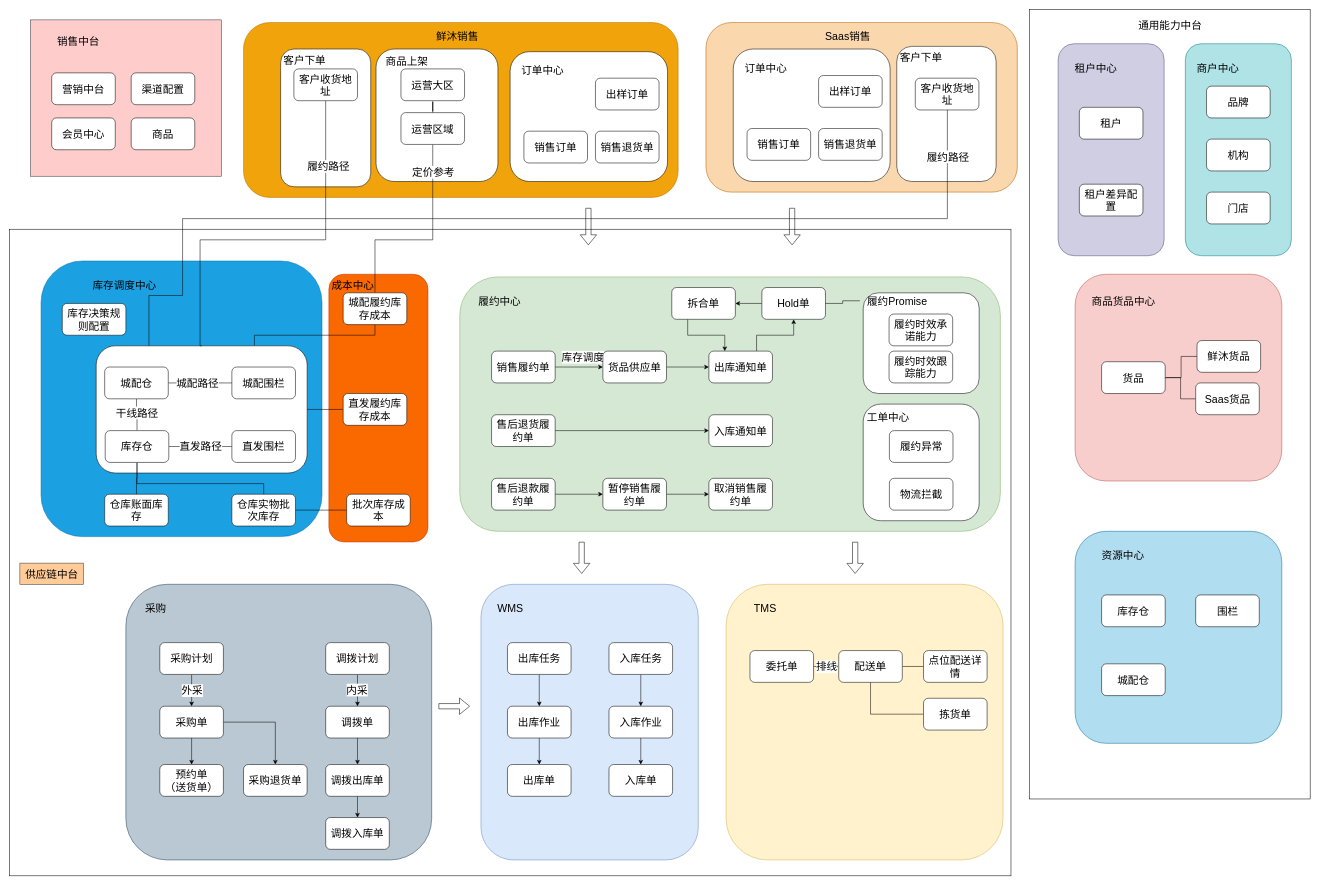
Earlier version of the draw.io diagram draw.io/全渠道供应技术方案.drawio (zzqfsy/zzqfsy.github.io). Source tidied: cells renumbered, new cells numbered last; positions are measured from the earlier drawing's top-left corner, leaving out a move shared by most shapes. Both pictures are drawn from the tidied source at 53%, with x=0, y=0 at pixel (9, 9).
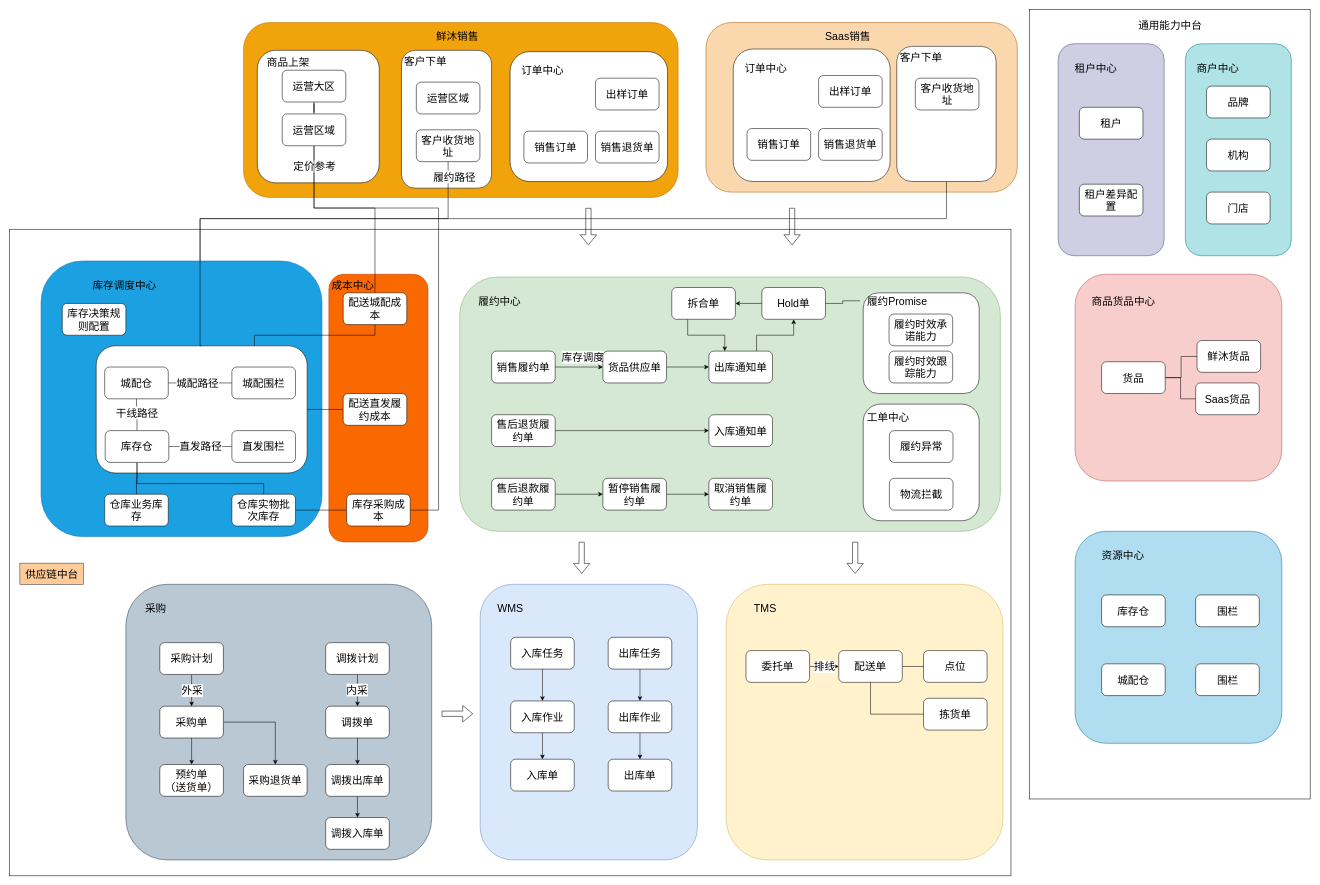
The same page after the edit.

Commit message:
更新全渠道供应技术方案.drawio

Unchanged cells that the change refers to:
```xml
<mxCell id="10" style="rounded=1;whiteSpace=wrap;html=1;fontSize=20;" parent="1" vertex="1">
  <mxGeometry x="1674.5" y="70" width="187.5" height="255" as="geometry" />
</mxCell>
<mxCell id="19" style="rounded=1;whiteSpace=wrap;html=1;fontSize=20;" parent="1" vertex="1">
  <mxGeometry x="164" y="635" width="398" height="240" as="geometry" />
</mxCell>
<mxCell id="109" value="客户收货地址" style="rounded=1;whiteSpace=wrap;html=1;fontSize=20;" parent="1" vertex="1">
  <mxGeometry x="1709.5" y="130" width="120" height="60" as="geometry" />
</mxCell>
```

The edit, as a diff of the source:
```diff
@@
-    <mxCell id="2" style="whiteSpace=wrap;html=1;fontSize=20;fillColor=#ffcccc;strokeColor=#36393d;" parent="1" vertex="1">
-      <mxGeometry x="40" y="20" width="360" height="295" as="geometry" />
-    </mxCell>
@@
+    <mxCell id="162" style="edgeStyle=orthogonalEdgeStyle;rounded=0;jettySize=auto;html=1;exitX=0.5;exitY=1;exitDx=0;exitDy=0;" parent="1" edge="1" source="10">
+      <mxGeometry relative="1" as="geometry">
+        <mxPoint x="360" y="625" as="targetPoint" />
+        <Array as="points">
+          <mxPoint x="1768" y="395" />
+          <mxPoint x="360" y="395" />
+        </Array>
+      </mxGeometry>
+    </mxCell>
@@
-    <mxCell id="12" style="rounded=1;whiteSpace=wrap;html=1;fontSize=20;" parent="1" vertex="1">
-      <mxGeometry x="512" y="75" width="170" height="260" as="geometry" />
-    </mxCell>
@@
     <mxCell id="14" style="rounded=1;whiteSpace=wrap;html=1;fontSize=20;" parent="1" vertex="1">
-      <mxGeometry x="692" y="75" width="230" height="250" as="geometry" />
+      <mxGeometry x="468" y="77.5" width="230" height="250" as="geometry" />
     </mxCell>
@@
     <mxCell id="22" style="rounded=1;whiteSpace=wrap;html=1;fillColor=#dae8fc;strokeColor=#6c8ebf;fontSize=20;" parent="1" vertex="1">
-      <mxGeometry x="890" y="1085" width="410" height="520" as="geometry" />
+      <mxGeometry x="888.5" y="1085" width="410" height="520" as="geometry" />
     </mxCell>
@@
     <mxCell id="38" value="出库任务" style="rounded=1;whiteSpace=wrap;html=1;fontSize=20;" parent="1" vertex="1">
-      <mxGeometry x="940" y="1195" width="120" height="60" as="geometry" />
+      <mxGeometry x="1130" y="1185" width="120" height="60" as="geometry" />
     </mxCell>
@@
     <mxCell id="40" value="入库任务" style="rounded=1;whiteSpace=wrap;html=1;fontSize=20;" parent="1" vertex="1">
-      <mxGeometry x="1131.5" y="1195" width="120" height="60" as="geometry" />
+      <mxGeometry x="946" y="1185" width="120" height="60" as="geometry" />
     </mxCell>
@@
     <mxCell id="42" value="出库作业" style="rounded=1;whiteSpace=wrap;html=1;fontSize=20;" parent="1" vertex="1">
-      <mxGeometry x="940" y="1315" width="120" height="60" as="geometry" />
+      <mxGeometry x="1130" y="1305" width="120" height="60" as="geometry" />
     </mxCell>
@@
     <mxCell id="44" value="入库作业" style="rounded=1;whiteSpace=wrap;html=1;fontSize=20;" parent="1" vertex="1">
-      <mxGeometry x="1131.5" y="1315" width="120" height="60" as="geometry" />
+      <mxGeometry x="946" y="1305" width="120" height="60" as="geometry" />
     </mxCell>
     <mxCell id="45" value="入库单" style="rounded=1;whiteSpace=wrap;html=1;fontSize=20;" parent="1" vertex="1">
-      <mxGeometry x="1131.5" y="1425" width="120" height="60" as="geometry" />
+      <mxGeometry x="946" y="1415" width="120" height="60" as="geometry" />
     </mxCell>
-    <mxCell id="46" value="商品" style="rounded=1;whiteSpace=wrap;html=1;fontSize=20;" parent="1" vertex="1">
-      <mxGeometry x="230" y="205" width="120" height="60" as="geometry" />
-    </mxCell>
@@
     <mxCell id="69" value="运营大区" style="rounded=1;whiteSpace=wrap;html=1;fontSize=20;" parent="1" vertex="1">
-      <mxGeometry x="739" y="112.5" width="120" height="60" as="geometry" />
+      <mxGeometry x="515" y="115" width="120" height="60" as="geometry" />
     </mxCell>
     <mxCell id="70" style="edgeStyle=orthogonalEdgeStyle;rounded=0;jettySize=auto;html=1;exitX=0.5;exitY=1;exitDx=0;exitDy=0;endArrow=none;endFill=0;fontSize=20;" parent="1" edge="1" source="72" target="86">
       <mxGeometry relative="1" as="geometry">
         <Array as="points">
-          <mxPoint x="799" y="435" />
-          <mxPoint x="690" y="435" />
+          <mxPoint x="575" y="375" />
+          <mxPoint x="690" y="375" />
         </Array>
       </mxGeometry>
     </mxCell>
     <mxCell id="71" value="定价参考" style="edgeLabel;html=1;align=center;verticalAlign=middle;fontSize=20;" parent="70" vertex="1">
       <mxGeometry x="-0.72" y="1" relative="1" as="geometry">
-        <mxPoint x="-1" y="-3" as="offset" />
+        <mxPoint x="-1" y="-17" as="offset" />
       </mxGeometry>
     </mxCell>
+    <mxCell id="163" style="edgeStyle=orthogonalEdgeStyle;rounded=0;jettySize=auto;html=1;exitX=0.5;exitY=1;exitDx=0;exitDy=0;entryX=1;entryY=0.5;entryDx=0;entryDy=0;endArrow=none;endFill=0;" parent="1" edge="1" source="72" target="87">
+      <mxGeometry relative="1" as="geometry">
+        <Array as="points">
+          <mxPoint x="575" y="375" />
+          <mxPoint x="810" y="375" />
+          <mxPoint x="810" y="945" />
+        </Array>
+      </mxGeometry>
+    </mxCell>
     <mxCell id="72" value="运营区域" style="rounded=1;whiteSpace=wrap;html=1;fontSize=20;" parent="1" vertex="1">
-      <mxGeometry x="739" y="195" width="120" height="60" as="geometry" />
+      <mxGeometry x="515" y="197.5" width="120" height="60" as="geometry" />
     </mxCell>
@@
     <mxCell id="83" value="委托单" style="rounded=1;whiteSpace=wrap;html=1;fontSize=20;" parent="1" vertex="1">
-      <mxGeometry x="1397.5" y="1210" width="120" height="60" as="geometry" />
+      <mxGeometry x="1390" y="1210" width="120" height="60" as="geometry" />
     </mxCell>
@@
-    <mxCell id="86" value="城配履约库存成本" style="rounded=1;whiteSpace=wrap;html=1;fontSize=20;" parent="1" vertex="1">
+    <mxCell id="86" value="配送城配成本" style="rounded=1;whiteSpace=wrap;html=1;fontSize=20;" parent="1" vertex="1">
       <mxGeometry x="630" y="535" width="120" height="60" as="geometry" />
     </mxCell>
-    <mxCell id="87" value="批次库存成本" style="rounded=1;whiteSpace=wrap;html=1;fontSize=20;" parent="1" vertex="1">
+    <mxCell id="87" value="库存采购成本" style="rounded=1;whiteSpace=wrap;html=1;fontSize=20;" parent="1" vertex="1">
       <mxGeometry x="636.5" y="915" width="120" height="60" as="geometry" />
     </mxCell>
@@
-    <mxCell id="89" value="履约路径" style="edgeStyle=orthogonalEdgeStyle;rounded=0;jettySize=auto;html=1;exitX=0.5;exitY=1;exitDx=0;exitDy=0;endArrow=none;endFill=0;entryX=0.5;entryY=0;entryDx=0;entryDy=0;fontSize=20;" parent="1" edge="1" source="90" target="19">
-      <mxGeometry x="-0.65" y="5" relative="1" as="geometry">
-        <Array as="points">
-          <mxPoint x="597" y="435" />
-          <mxPoint x="360" y="435" />
-          <mxPoint x="360" y="635" />
-        </Array>
-      </mxGeometry>
-    </mxCell>
-    <mxCell id="90" value="客户收货地址" style="rounded=1;whiteSpace=wrap;html=1;fontSize=20;" parent="1" vertex="1">
-      <mxGeometry x="537" y="112.5" width="120" height="60" as="geometry" />
-    </mxCell>
@@
-    <mxCell id="94" value="点位配送详情" style="rounded=1;whiteSpace=wrap;html=1;fontSize=20;" parent="1" vertex="1">
+    <mxCell id="94" value="点位" style="rounded=1;whiteSpace=wrap;html=1;fontSize=20;" parent="1" vertex="1">
       <mxGeometry x="1725" y="1210" width="120" height="60" as="geometry" />
     </mxCell>
@@
     <mxCell id="98" value="商品上架" style="text;html=1;align=center;verticalAlign=middle;strokeColor=none;fillColor=none;fontSize=20;" parent="1" vertex="1">
-      <mxGeometry x="700" y="77.5" width="100" height="40" as="geometry" />
+      <mxGeometry x="476" y="80" width="100" height="40" as="geometry" />
     </mxCell>
@@
-    <mxCell id="106" value="直发履约库存成本" style="rounded=1;whiteSpace=wrap;html=1;fontSize=20;" parent="1" vertex="1">
+    <mxCell id="106" value="配送直发履约成本" style="rounded=1;whiteSpace=wrap;html=1;fontSize=20;" parent="1" vertex="1">
       <mxGeometry x="630" y="725" width="120" height="60" as="geometry" />
     </mxCell>
-    <mxCell id="107" style="edgeStyle=orthogonalEdgeStyle;rounded=0;jettySize=auto;html=1;exitX=0.25;exitY=0;exitDx=0;exitDy=0;endArrow=none;endFill=0;fontSize=20;" parent="1" edge="1" source="19" target="109">
-      <mxGeometry relative="1" as="geometry">
-        <Array as="points">
-          <mxPoint x="264" y="540" />
-          <mxPoint x="327" y="540" />
-          <mxPoint x="327" y="395" />
-          <mxPoint x="1770" y="395" />
-        </Array>
-      </mxGeometry>
-    </mxCell>
-    <mxCell id="108" value="履约路径" style="edgeLabel;html=1;align=center;verticalAlign=middle;fontSize=20;" parent="107" vertex="1">
-      <mxGeometry x="0.91" relative="1" as="geometry" />
-    </mxCell>
@@
-    <mxCell id="135" value="渠道配置" style="rounded=1;whiteSpace=wrap;html=1;fontSize=20;" parent="1" vertex="1">
-      <mxGeometry x="230" y="120" width="120" height="60" as="geometry" />
-    </mxCell>
-    <mxCell id="136" value="客户下单" style="text;html=1;align=center;verticalAlign=middle;strokeColor=none;fillColor=none;fontSize=20;" parent="1" vertex="1">
-      <mxGeometry x="507" y="75" width="100" height="40" as="geometry" />
-    </mxCell>
@@
     <mxCell id="138" value="出库单" style="rounded=1;whiteSpace=wrap;html=1;fontSize=20;" parent="1" vertex="1">
-      <mxGeometry x="940" y="1425" width="120" height="60" as="geometry" />
+      <mxGeometry x="1130" y="1415" width="120" height="60" as="geometry" />
     </mxCell>
@@
     <mxCell id="147" style="shape=flexArrow;endArrow=classic;html=1;rounded=0;fontSize=20;" parent="1" edge="1">
       <mxGeometry relative="1" as="geometry">
-        <mxPoint x="810" y="1315" as="sourcePoint" />
-        <mxPoint x="869" y="1315" as="targetPoint" />
+        <mxPoint x="816" y="1329.2" as="sourcePoint" />
+        <mxPoint x="875" y="1329.2" as="targetPoint" />
       </mxGeometry>
     </mxCell>
@@
-    <mxCell id="157" value="营销中台" style="rounded=1;whiteSpace=wrap;html=1;fontSize=20;" parent="1" vertex="1">
-      <mxGeometry x="80" y="120" width="120" height="60" as="geometry" />
-    </mxCell>
-    <mxCell id="158" value="会员中心" style="rounded=1;whiteSpace=wrap;html=1;fontSize=20;" parent="1" vertex="1">
-      <mxGeometry x="80" y="205" width="120" height="60" as="geometry" />
-    </mxCell>
-    <mxCell id="159" value="销售中台" style="text;html=1;align=center;verticalAlign=middle;strokeColor=none;fillColor=none;fontSize=20;" parent="1" vertex="1">
-      <mxGeometry x="80" y="40" width="100" height="40" as="geometry" />
-    </mxCell>
-    <mxCell id="160" value="仓库账面库存" style="rounded=1;whiteSpace=wrap;html=1;fontSize=20;" parent="1" vertex="1">
+    <mxCell id="160" value="仓库业务库存" style="rounded=1;whiteSpace=wrap;html=1;fontSize=20;" parent="1" vertex="1">
       <mxGeometry x="180" y="915" width="120" height="60" as="geometry" />
     </mxCell>
@@
+    <mxCell id="164" style="group;" parent="1" vertex="1">
+      <mxGeometry x="735" y="77.5" width="175" height="260" as="geometry" />
+    </mxCell>
+    <mxCell id="12" style="rounded=1;whiteSpace=wrap;html=1;fontSize=20;" parent="164" vertex="1">
+      <mxGeometry x="5" width="170" height="260" as="geometry" />
+    </mxCell>
+    <mxCell id="90" value="客户收货地址" style="rounded=1;whiteSpace=wrap;html=1;fontSize=20;" parent="164" vertex="1">
+      <mxGeometry x="33" y="150" width="120" height="60" as="geometry" />
+    </mxCell>
+    <mxCell id="136" value="客户下单" style="text;html=1;align=center;verticalAlign=middle;strokeColor=none;fillColor=none;fontSize=20;" parent="164" vertex="1">
+      <mxGeometry width="100" height="40" as="geometry" />
+    </mxCell>
+    <mxCell id="165" value="运营区域" style="rounded=1;whiteSpace=wrap;html=1;fontSize=20;" parent="164" vertex="1">
+      <mxGeometry x="33" y="60" width="120" height="60" as="geometry" />
+    </mxCell>
+    <mxCell id="89" value="履约路径" style="edgeStyle=orthogonalEdgeStyle;rounded=0;jettySize=auto;html=1;exitX=0.5;exitY=1;exitDx=0;exitDy=0;endArrow=none;endFill=0;entryX=0.5;entryY=0;entryDx=0;entryDy=0;fontSize=20;" parent="1" edge="1" source="90" target="19">
+      <mxGeometry x="-0.93" y="12" relative="1" as="geometry">
+        <Array as="points">
+          <mxPoint x="828" y="395" />
+          <mxPoint x="360" y="395" />
+          <mxPoint x="360" y="635" />
+        </Array>
+        <mxPoint y="-1" as="offset" />
+      </mxGeometry>
+    </mxCell>
+    <mxCell id="166" value="围栏" style="rounded=1;whiteSpace=wrap;html=1;fontSize=20;" parent="1" vertex="1">
+      <mxGeometry x="2238.5" y="1235" width="120" height="60" as="geometry" />
+    </mxCell>
```
